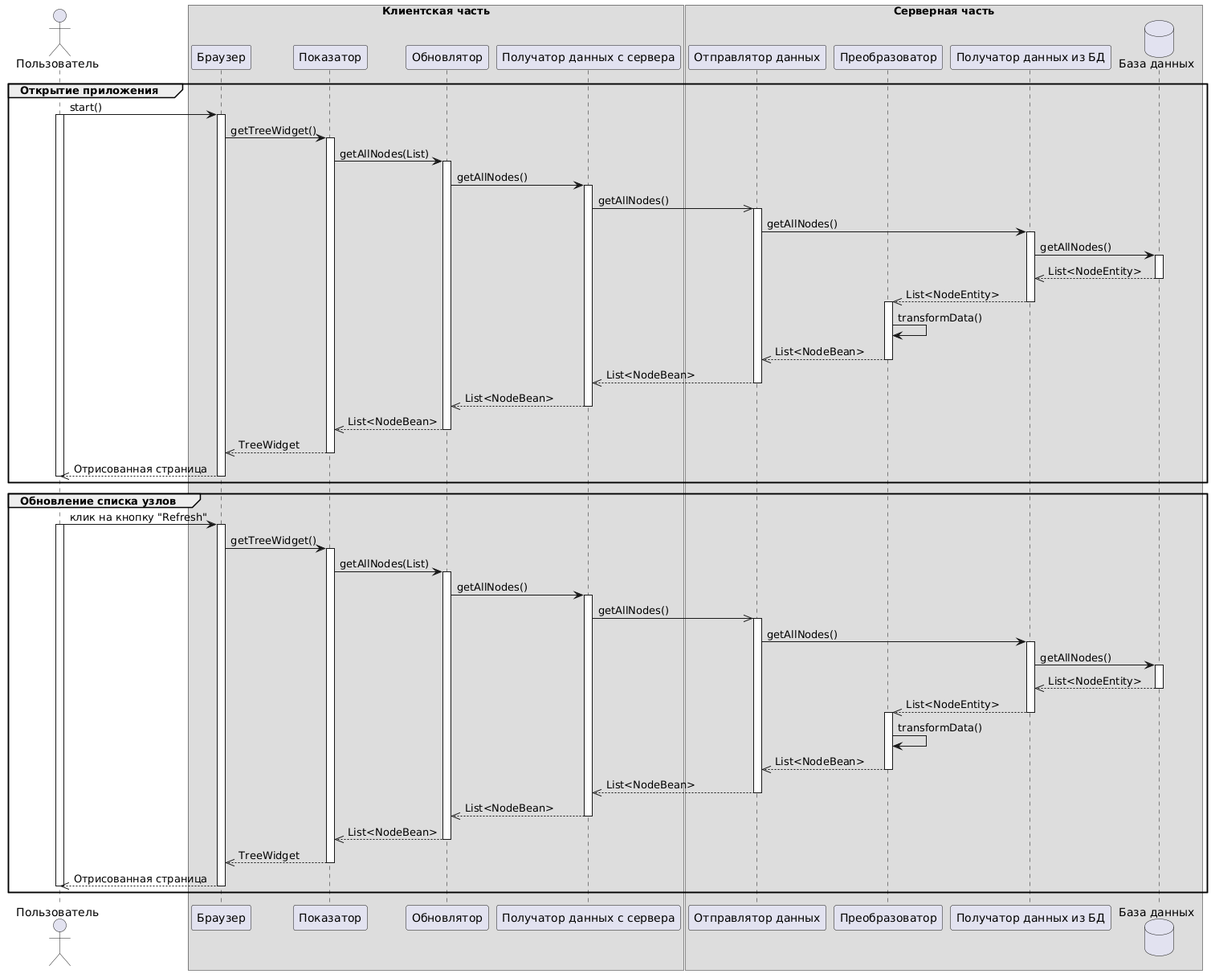
Above: docs/out/Sequence-diagram/Sequence-diagram.png in dbespa/gwt-tree (PlantUML), before the change.
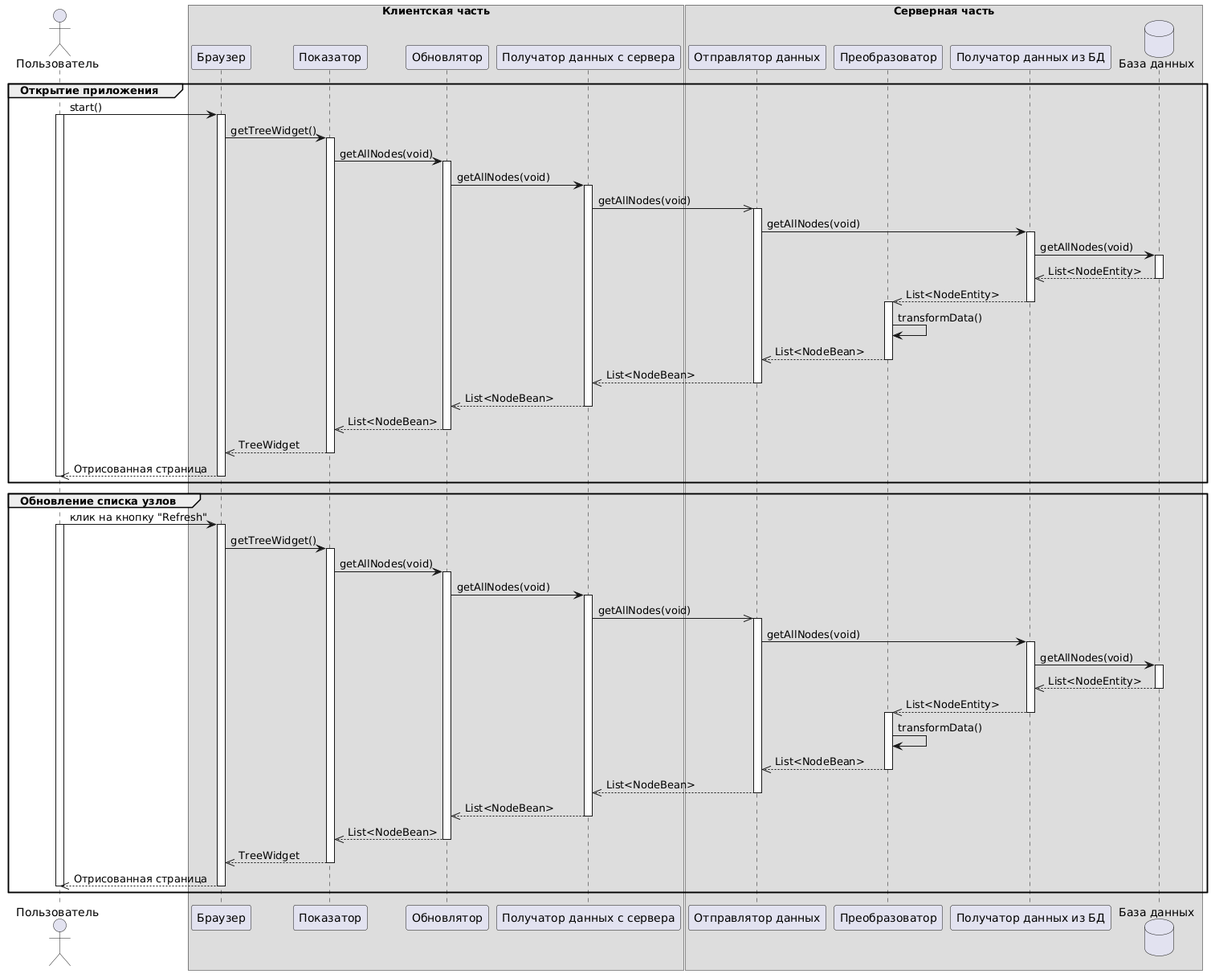
The same diagram one commit later.

Commit message:
Обновлена диаграмма последовательности

Change to the diagram source:
```diff
@@ -18,11 +18,11 @@
 user -> browser++:start()
 activate user
 browser -> viewer++:getTreeWidget()
-viewer -> updater++:getAllNodes(List)
-updater -> receiver++:getAllNodes()
-receiver ->> sender++:getAllNodes()
-sender -> receiverDB++:getAllNodes()
-receiverDB -> db++:getAllNodes()
+viewer -> updater++:getAllNodes(void)
+updater -> receiver++:getAllNodes(void)
+receiver ->> sender++:getAllNodes(void)
+sender -> receiverDB++:getAllNodes(void)
+receiverDB -> db++:getAllNodes(void)
 
 db -->> receiverDB--:List<NodeEntity>
 receiverDB -->> converter--:List<NodeEntity>
@@ -43,11 +43,11 @@
 user -> browser++:клик на кнопку "Refresh"
 activate user
 browser -> viewer++:getTreeWidget()
-viewer -> updater++:getAllNodes(List)
-updater -> receiver++:getAllNodes()
-receiver ->> sender++:getAllNodes()
-sender -> receiverDB++:getAllNodes()
-receiverDB -> db++:getAllNodes()
+viewer -> updater++:getAllNodes(void)
+updater -> receiver++:getAllNodes(void)
+receiver ->> sender++:getAllNodes(void)
+sender -> receiverDB++:getAllNodes(void)
+receiverDB -> db++:getAllNodes(void)
 
 db -->> receiverDB--:List<NodeEntity>
 receiverDB -->> converter--:List<NodeEntity>
```
